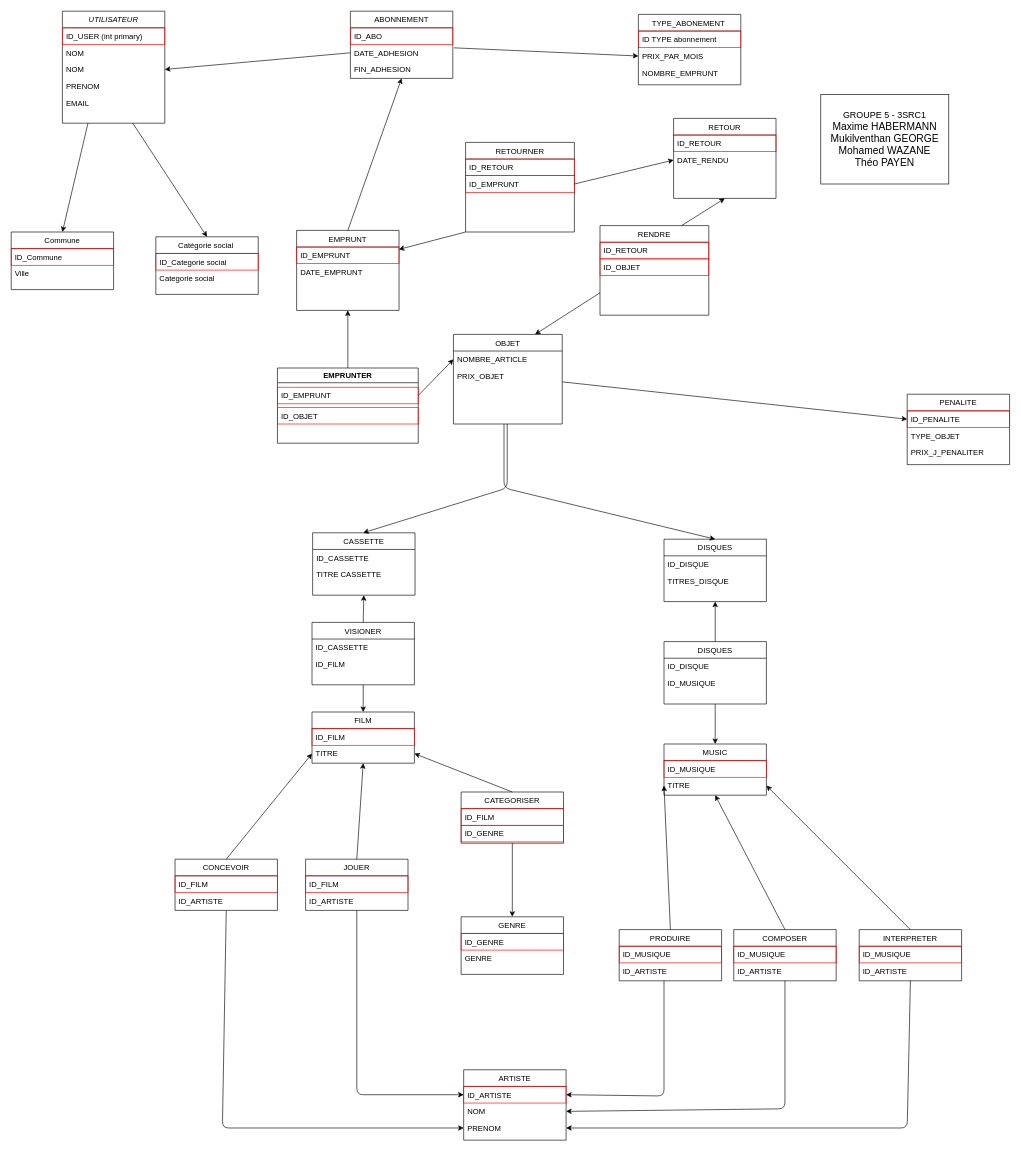
Before: page "MPD VERSION FINALE" (4 of 4) of Proje BDD-2-2.drawio in GMukilventhan/Projet-BDD-SRC-21-22, a draw.io diagram. Source tidied: cells renumbered, new cells numbered last; positions are measured from the earlier drawing's top-left corner, leaving out a move shared by most shapes. Both pictures are drawn from the tidied source at 64%, with x=0, y=0 at pixel (11, 11).
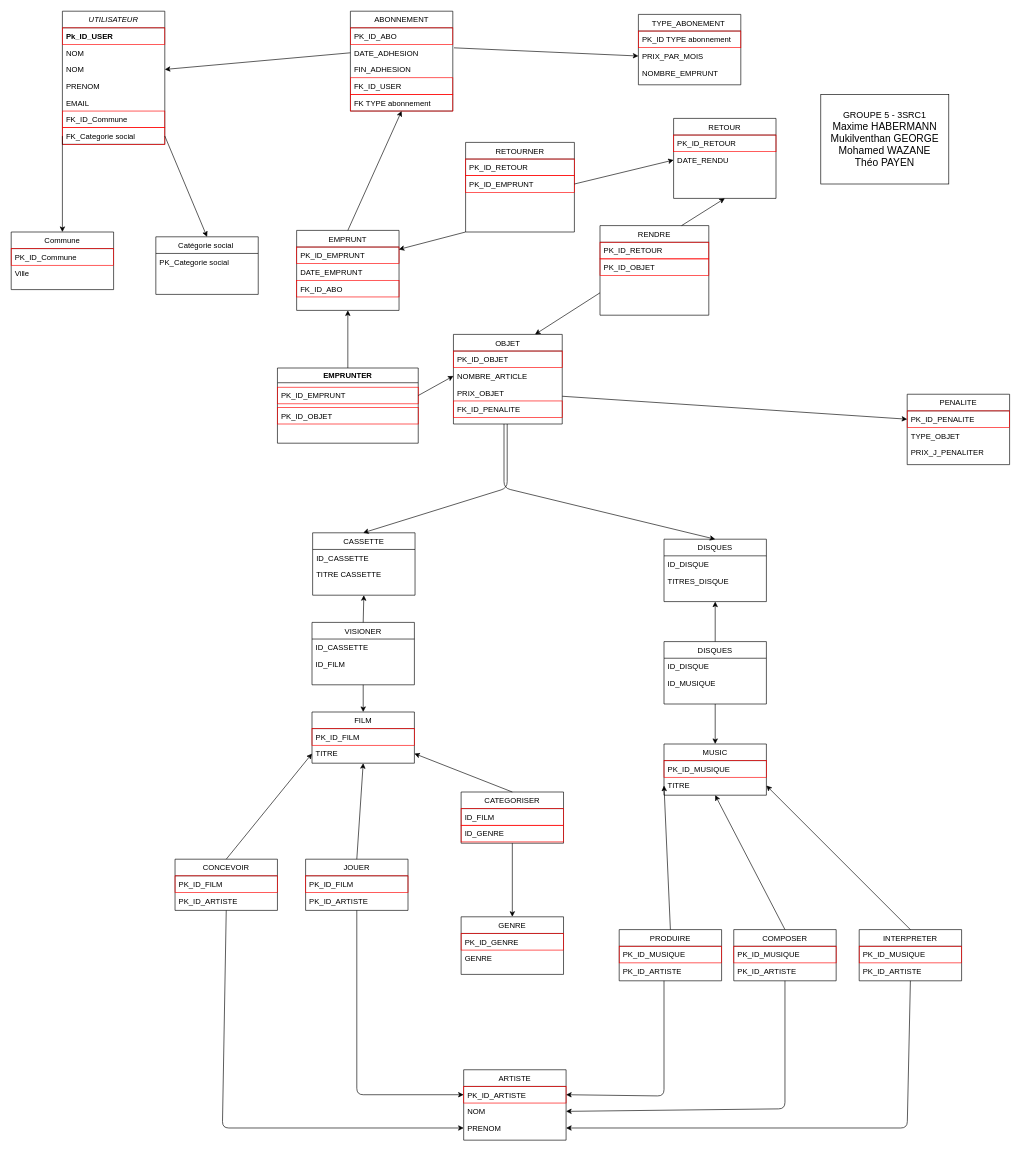
The same diagram, later.

Commit message:
with Primary & foreign key

Unchanged cells that the change refers to:
```xml
<mxCell id="12" value="OBJET" style="swimlane;fontStyle=0;align=center;verticalAlign=top;horizontal=1;startSize=26;rounded=0;shadow=0;strokeWidth=1;" parent="1" vertex="1">
  <mxGeometry x="691" y="505" width="170" height="140" as="geometry" />
</mxCell>
<mxCell id="15" value="FILM" style="swimlane;fontStyle=0;align=center;verticalAlign=top;horizontal=1;startSize=26;rounded=0;shadow=0;strokeWidth=1;" parent="1" vertex="1">
  <mxGeometry x="470" y="1095" width="160" height="80" as="geometry" />
</mxCell>
<mxCell id="18" value="MUSIC" style="swimlane;fontStyle=0;align=center;verticalAlign=top;horizontal=1;startSize=26;rounded=0;shadow=0;strokeWidth=1;" parent="1" vertex="1">
  <mxGeometry x="1020" y="1145" width="160" height="80" as="geometry" />
</mxCell>
<mxCell id="21" value="Commune" style="swimlane;fontStyle=0;align=center;verticalAlign=top;horizontal=1;startSize=26;rounded=0;shadow=0;strokeWidth=1;" parent="1" vertex="1">
  <mxGeometry y="345" width="160" height="90" as="geometry" />
</mxCell>
<mxCell id="24" value="TYPE_ABONEMENT " style="swimlane;fontStyle=0;align=center;verticalAlign=top;horizontal=1;startSize=26;rounded=0;shadow=0;strokeWidth=1;" parent="1" vertex="1">
  <mxGeometry x="980" y="5" width="160" height="110" as="geometry" />
</mxCell>
<mxCell id="28" value="PENALITE" style="swimlane;fontStyle=0;align=center;verticalAlign=top;horizontal=1;startSize=26;rounded=0;shadow=0;strokeWidth=1;" parent="1" vertex="1">
  <mxGeometry x="1400" y="598.5" width="160" height="110" as="geometry" />
</mxCell>
<mxCell id="32" value="Catégorie social " style="swimlane;fontStyle=0;align=center;verticalAlign=top;horizontal=1;startSize=26;rounded=0;shadow=0;strokeWidth=1;" parent="1" vertex="1">
  <mxGeometry x="226" y="352.5" width="160" height="90" as="geometry" />
</mxCell>
<mxCell id="36" value="GENRE" style="swimlane;fontStyle=0;align=center;verticalAlign=top;horizontal=1;startSize=26;rounded=0;shadow=0;strokeWidth=1;" parent="1" vertex="1">
  <mxGeometry x="703" y="1415" width="160" height="90" as="geometry" />
</mxCell>
<mxCell id="45" value="EMPRUNT" style="swimlane;fontStyle=0;align=center;verticalAlign=top;horizontal=1;startSize=26;rounded=0;shadow=0;strokeWidth=1;" parent="1" vertex="1">
  <mxGeometry x="446" y="342.5" width="160" height="125" as="geometry" />
</mxCell>
<mxCell id="48" value="ARTISTE" style="swimlane;fontStyle=0;align=center;verticalAlign=top;horizontal=1;startSize=26;rounded=0;shadow=0;strokeWidth=1;" parent="1" vertex="1">
  <mxGeometry x="707" y="1654" width="160" height="110" as="geometry" />
</mxCell>
<mxCell id="52" value="RETOUR" style="swimlane;fontStyle=0;align=center;verticalAlign=top;horizontal=1;startSize=26;rounded=0;shadow=0;strokeWidth=1;" parent="1" vertex="1">
  <mxGeometry x="1035" y="167.5" width="160" height="125" as="geometry" />
</mxCell>
<mxCell id="60" value="EMPRUNTER" style="swimlane;" parent="1" vertex="1">
  <mxGeometry x="416" y="557.5" width="220" height="117.5" as="geometry" />
</mxCell>
<mxCell id="65" value="RENDRE" style="swimlane;fontStyle=0;align=center;verticalAlign=top;horizontal=1;startSize=26;rounded=0;shadow=0;strokeWidth=1;" parent="1" vertex="1">
  <mxGeometry x="920" y="335" width="170" height="140" as="geometry" />
</mxCell>
<mxCell id="88" value="CONCEVOIR" style="swimlane;fontStyle=0;align=center;verticalAlign=top;horizontal=1;startSize=26;rounded=0;shadow=0;strokeWidth=1;" parent="1" vertex="1">
  <mxGeometry x="256" y="1325" width="160" height="80" as="geometry" />
</mxCell>
<mxCell id="91" value="JOUER" style="swimlane;fontStyle=0;align=center;verticalAlign=top;horizontal=1;startSize=26;rounded=0;shadow=0;strokeWidth=1;" parent="1" vertex="1">
  <mxGeometry x="460" y="1325" width="160" height="80" as="geometry" />
</mxCell>
<mxCell id="98" value="RETOURNER" style="swimlane;fontStyle=0;align=center;verticalAlign=top;horizontal=1;startSize=26;rounded=0;shadow=0;strokeWidth=1;" parent="1" vertex="1">
  <mxGeometry x="710" y="205" width="170" height="140" as="geometry" />
</mxCell>
<mxCell id="101" value="PRODUIRE" style="swimlane;fontStyle=0;align=center;verticalAlign=top;horizontal=1;startSize=26;rounded=0;shadow=0;strokeWidth=1;" parent="1" vertex="1">
  <mxGeometry x="950" y="1435" width="160" height="80" as="geometry" />
</mxCell>
<mxCell id="104" value="COMPOSER&#10;" style="swimlane;fontStyle=0;align=center;verticalAlign=top;horizontal=1;startSize=26;rounded=0;shadow=0;strokeWidth=1;" parent="1" vertex="1">
  <mxGeometry x="1129" y="1435" width="160" height="80" as="geometry" />
</mxCell>
<mxCell id="107" value="INTERPRETER" style="swimlane;fontStyle=0;align=center;verticalAlign=top;horizontal=1;startSize=26;rounded=0;shadow=0;strokeWidth=1;" parent="1" vertex="1">
  <mxGeometry x="1325" y="1435" width="160" height="80" as="geometry" />
</mxCell>
```

Change to the diagram source:
```diff
@@
     <mxCell id="2" value="UTILISATEUR" style="swimlane;fontStyle=2;align=center;verticalAlign=top;horizontal=1;startSize=26;rounded=0;shadow=0;strokeWidth=1;" parent="1" vertex="1">
-      <mxGeometry x="80" width="160" height="175" as="geometry" />
+      <mxGeometry x="80" width="160" height="208" as="geometry" />
     </mxCell>
-    <mxCell id="3" value="ID_USER (int primary)" style="text;align=left;verticalAlign=top;spacingLeft=4;spacingRight=4;overflow=hidden;rounded=0;shadow=0;html=0;strokeColor=#FF0000;" parent="2" vertex="1">
+    <mxCell id="3" value="Pk_ID_USER " style="text;align=left;verticalAlign=top;spacingLeft=4;spacingRight=4;overflow=hidden;rounded=0;shadow=0;html=0;strokeColor=#FF0000;fontStyle=1;" parent="2" vertex="1">
       <mxGeometry y="26" width="160" height="26" as="geometry" />
     </mxCell>
@@
+    <mxCell id="118" value="FK_ID_Commune" style="text;align=left;verticalAlign=top;spacingLeft=4;spacingRight=4;overflow=hidden;strokeColor=#FF0000;" parent="2" vertex="1">
+      <mxGeometry y="156" width="160" height="26" as="geometry" />
+    </mxCell>
+    <mxCell id="33" value="FK_Categorie social" style="text;align=left;verticalAlign=top;spacingLeft=4;spacingRight=4;overflow=hidden;points=[[0,0.5],[1,0.5]];portConstraint=eastwest;strokeColor=#FF0000;" parent="2" vertex="1">
+      <mxGeometry y="182" width="160" height="26" as="geometry" />
+    </mxCell>
     <mxCell id="8" value="ABONNEMENT" style="swimlane;fontStyle=0;align=center;verticalAlign=top;horizontal=1;startSize=26;rounded=0;shadow=0;strokeWidth=1;" parent="1" vertex="1">
-      <mxGeometry x="530" width="160" height="105" as="geometry" />
+      <mxGeometry x="530" width="160" height="156" as="geometry" />
     </mxCell>
-    <mxCell id="9" value="ID_ABO" style="text;align=left;verticalAlign=top;spacingLeft=4;spacingRight=4;overflow=hidden;rounded=0;shadow=0;html=0;strokeColor=#FF0000;" parent="8" vertex="1">
+    <mxCell id="9" value="PK_ID_ABO" style="text;align=left;verticalAlign=top;spacingLeft=4;spacingRight=4;overflow=hidden;rounded=0;shadow=0;html=0;strokeColor=#FF0000;" parent="8" vertex="1">
       <mxGeometry y="26" width="160" height="26" as="geometry" />
     </mxCell>
@@
+    <mxCell id="119" value="FK_ID_USER " style="text;align=left;verticalAlign=top;spacingLeft=4;spacingRight=4;overflow=hidden;rounded=0;shadow=0;html=0;strokeColor=#FF0000;" parent="8" vertex="1">
+      <mxGeometry y="104" width="160" height="26" as="geometry" />
+    </mxCell>
+    <mxCell id="120" value="FK TYPE abonnement" style="text;align=left;verticalAlign=top;spacingLeft=4;spacingRight=4;overflow=hidden;strokeColor=#FF0000;" parent="8" vertex="1">
+      <mxGeometry y="130" width="160" height="26" as="geometry" />
+    </mxCell>
@@
+    <mxCell id="121" value="PK_ID_OBJET" style="text;align=left;verticalAlign=top;spacingLeft=4;spacingRight=4;overflow=hidden;strokeColor=#FF0000;" parent="12" vertex="1">
+      <mxGeometry y="26" width="170" height="26" as="geometry" />
+    </mxCell>
     <mxCell id="13" value="NOMBRE_ARTICLE" style="text;align=left;verticalAlign=top;spacingLeft=4;spacingRight=4;overflow=hidden;points=[[0,0.5],[1,0.5]];portConstraint=eastwest;" parent="12" vertex="1">
-      <mxGeometry y="26" width="170" height="26" as="geometry" />
+      <mxGeometry y="52" width="170" height="26" as="geometry" />
     </mxCell>
     <mxCell id="14" value="PRIX_OBJET" style="text;align=left;verticalAlign=top;spacingLeft=4;spacingRight=4;overflow=hidden;points=[[0,0.5],[1,0.5]];portConstraint=eastwest;" parent="12" vertex="1">
-      <mxGeometry y="52" width="170" height="26" as="geometry" />
+      <mxGeometry y="78" width="170" height="26" as="geometry" />
     </mxCell>
+    <mxCell id="122" value="FK_ID_PENALITE" style="text;align=left;verticalAlign=top;spacingLeft=4;spacingRight=4;overflow=hidden;strokeColor=#FF0000;" parent="12" vertex="1">
+      <mxGeometry y="104" width="170" height="26" as="geometry" />
+    </mxCell>
@@
-    <mxCell id="16" value="ID_FILM" style="text;align=left;verticalAlign=top;spacingLeft=4;spacingRight=4;overflow=hidden;strokeColor=#FF0000;" parent="15" vertex="1">
+    <mxCell id="16" value="PK_ID_FILM" style="text;align=left;verticalAlign=top;spacingLeft=4;spacingRight=4;overflow=hidden;strokeColor=#FF0000;" parent="15" vertex="1">
       <mxGeometry y="26" width="160" height="26" as="geometry" />
     </mxCell>
@@
-    <mxCell id="19" value="ID_MUSIQUE" style="text;align=left;verticalAlign=top;spacingLeft=4;spacingRight=4;overflow=hidden;strokeColor=#FF0000;" parent="18" vertex="1">
+    <mxCell id="19" value="PK_ID_MUSIQUE" style="text;align=left;verticalAlign=top;spacingLeft=4;spacingRight=4;overflow=hidden;strokeColor=#FF0000;" parent="18" vertex="1">
       <mxGeometry y="26" width="160" height="26" as="geometry" />
     </mxCell>
@@
-    <mxCell id="22" value="ID_Commune" style="text;align=left;verticalAlign=top;spacingLeft=4;spacingRight=4;overflow=hidden;strokeColor=#FF0000;" parent="21" vertex="1">
+    <mxCell id="22" value="PK_ID_Commune" style="text;align=left;verticalAlign=top;spacingLeft=4;spacingRight=4;overflow=hidden;strokeColor=#FF0000;" parent="21" vertex="1">
       <mxGeometry y="26" width="160" height="26" as="geometry" />
     </mxCell>
@@
-    <mxCell id="25" value="ID TYPE abonnement" style="text;align=left;verticalAlign=top;spacingLeft=4;spacingRight=4;overflow=hidden;strokeColor=#FF0000;" parent="24" vertex="1">
+    <mxCell id="25" value="PK_ID TYPE abonnement" style="text;align=left;verticalAlign=top;spacingLeft=4;spacingRight=4;overflow=hidden;strokeColor=#FF0000;" parent="24" vertex="1">
       <mxGeometry y="26" width="160" height="26" as="geometry" />
     </mxCell>
@@
-    <mxCell id="29" value="ID_PENALITE" style="text;align=left;verticalAlign=top;spacingLeft=4;spacingRight=4;overflow=hidden;points=[[0,0.5],[1,0.5]];portConstraint=eastwest;strokeColor=#FF0000;" parent="28" vertex="1">
+    <mxCell id="29" value="PK_ID_PENALITE" style="text;align=left;verticalAlign=top;spacingLeft=4;spacingRight=4;overflow=hidden;points=[[0,0.5],[1,0.5]];portConstraint=eastwest;strokeColor=#FF0000;" parent="28" vertex="1">
       <mxGeometry y="26" width="160" height="26" as="geometry" />
     </mxCell>
@@
-    <mxCell id="33" value="ID_Categorie social" style="text;align=left;verticalAlign=top;spacingLeft=4;spacingRight=4;overflow=hidden;points=[[0,0.5],[1,0.5]];portConstraint=eastwest;strokeColor=#FF0000;" parent="32" vertex="1">
-      <mxGeometry y="26" width="160" height="26" as="geometry" />
-    </mxCell>
-    <mxCell id="34" value="Categorie social" style="text;align=left;verticalAlign=top;spacingLeft=4;spacingRight=4;overflow=hidden;strokeColor=none;" parent="32" vertex="1">
-      <mxGeometry y="52" width="160" height="26" as="geometry" />
+    <mxCell id="34" value="PK_Categorie social" style="text;align=left;verticalAlign=top;spacingLeft=4;spacingRight=4;overflow=hidden;strokeColor=none;" parent="32" vertex="1">
+      <mxGeometry y="26" width="160" height="26" as="geometry" />
     </mxCell>
@@
-    <mxCell id="37" value="ID_GENRE" style="text;align=left;verticalAlign=top;spacingLeft=4;spacingRight=4;overflow=hidden;strokeColor=#FF0000;" parent="36" vertex="1">
+    <mxCell id="37" value="PK_ID_GENRE" style="text;align=left;verticalAlign=top;spacingLeft=4;spacingRight=4;overflow=hidden;strokeColor=#FF0000;" parent="36" vertex="1">
       <mxGeometry y="26" width="160" height="26" as="geometry" />
     </mxCell>
@@
-    <mxCell id="46" value="ID_EMPRUNT" style="text;align=left;verticalAlign=top;spacingLeft=4;spacingRight=4;overflow=hidden;points=[[0,0.5],[1,0.5]];portConstraint=eastwest;strokeColor=#FF0000;" parent="45" vertex="1">
+    <mxCell id="46" value="PK_ID_EMPRUNT" style="text;align=left;verticalAlign=top;spacingLeft=4;spacingRight=4;overflow=hidden;points=[[0,0.5],[1,0.5]];portConstraint=eastwest;strokeColor=#FF0000;" parent="45" vertex="1">
       <mxGeometry y="26" width="160" height="26" as="geometry" />
     </mxCell>
@@
+    <mxCell id="123" value="FK_ID_ABO" style="text;align=left;verticalAlign=top;spacingLeft=4;spacingRight=4;overflow=hidden;rounded=0;shadow=0;html=0;strokeColor=#FF0000;" parent="45" vertex="1">
+      <mxGeometry y="78" width="160" height="26" as="geometry" />
+    </mxCell>
@@
-    <mxCell id="49" value="ID_ARTISTE" style="text;align=left;verticalAlign=top;spacingLeft=4;spacingRight=4;overflow=hidden;points=[[0,0.5],[1,0.5]];portConstraint=eastwest;strokeColor=#FF0000;" parent="48" vertex="1">
+    <mxCell id="49" value="PK_ID_ARTISTE" style="text;align=left;verticalAlign=top;spacingLeft=4;spacingRight=4;overflow=hidden;points=[[0,0.5],[1,0.5]];portConstraint=eastwest;strokeColor=#FF0000;" parent="48" vertex="1">
       <mxGeometry y="26" width="160" height="26" as="geometry" />
     </mxCell>
@@
-    <mxCell id="53" value="ID_RETOUR" style="text;align=left;verticalAlign=top;spacingLeft=4;spacingRight=4;overflow=hidden;strokeColor=#FF0000;" parent="52" vertex="1">
+    <mxCell id="53" value="PK_ID_RETOUR" style="text;align=left;verticalAlign=top;spacingLeft=4;spacingRight=4;overflow=hidden;strokeColor=#FF0000;" parent="52" vertex="1">
       <mxGeometry y="26" width="160" height="26" as="geometry" />
     </mxCell>
@@
-    <mxCell id="55" style="endArrow=classic;html=1;exitX=0.25;exitY=1;exitDx=0;exitDy=0;entryX=0.5;entryY=0;entryDx=0;entryDy=0;" parent="1" edge="1" source="2" target="21">
+    <mxCell id="55" style="endArrow=classic;html=1;exitX=0;exitY=0.5;exitDx=0;exitDy=0;entryX=0.5;entryY=0;entryDx=0;entryDy=0;" parent="1" edge="1" source="33" target="21">
       <mxGeometry relative="1" as="geometry" />
     </mxCell>
-    <mxCell id="56" style="endArrow=classic;html=1;entryX=0.5;entryY=0;entryDx=0;entryDy=0;" parent="1" edge="1" target="32">
-      <mxGeometry relative="1" as="geometry">
-        <mxPoint x="190" y="175" as="sourcePoint" />
-      </mxGeometry>
+    <mxCell id="56" style="endArrow=classic;html=1;entryX=0.5;entryY=0;entryDx=0;entryDy=0;exitX=1;exitY=0.5;exitDx=0;exitDy=0;" parent="1" edge="1" source="33" target="32">
+      <mxGeometry relative="1" as="geometry" />
     </mxCell>
@@
-    <mxCell id="61" value="ID_OBJET" style="text;align=left;verticalAlign=top;spacingLeft=4;spacingRight=4;overflow=hidden;strokeColor=#FF0000;" parent="60" vertex="1">
+    <mxCell id="61" value="PK_ID_OBJET" style="text;align=left;verticalAlign=top;spacingLeft=4;spacingRight=4;overflow=hidden;strokeColor=#FF0000;" parent="60" vertex="1">
       <mxGeometry y="61.5" width="220" height="26" as="geometry" />
     </mxCell>
-    <mxCell id="62" value="ID_EMPRUNT" style="text;align=left;verticalAlign=top;spacingLeft=4;spacingRight=4;overflow=hidden;points=[[0,0.5],[1,0.5]];portConstraint=eastwest;strokeColor=#FF0000;" parent="60" vertex="1">
+    <mxCell id="62" value="PK_ID_EMPRUNT" style="text;align=left;verticalAlign=top;spacingLeft=4;spacingRight=4;overflow=hidden;points=[[0,0.5],[1,0.5]];portConstraint=eastwest;strokeColor=#FF0000;" parent="60" vertex="1">
       <mxGeometry y="30" width="220" height="26" as="geometry" />
     </mxCell>
@@
-    <mxCell id="66" value="ID_RETOUR" style="text;align=left;verticalAlign=top;spacingLeft=4;spacingRight=4;overflow=hidden;strokeColor=#FF0000;" parent="65" vertex="1">
+    <mxCell id="66" value="PK_ID_RETOUR" style="text;align=left;verticalAlign=top;spacingLeft=4;spacingRight=4;overflow=hidden;strokeColor=#FF0000;" parent="65" vertex="1">
       <mxGeometry y="26" width="170" height="26" as="geometry" />
     </mxCell>
-    <mxCell id="67" value="ID_OBJET" style="text;align=left;verticalAlign=top;spacingLeft=4;spacingRight=4;overflow=hidden;strokeColor=#FF0000;" parent="65" vertex="1">
+    <mxCell id="67" value="PK_ID_OBJET" style="text;align=left;verticalAlign=top;spacingLeft=4;spacingRight=4;overflow=hidden;strokeColor=#FF0000;" parent="65" vertex="1">
       <mxGeometry y="52" width="170" height="26" as="geometry" />
     </mxCell>
@@
-    <mxCell id="89" value="ID_FILM" style="text;align=left;verticalAlign=top;spacingLeft=4;spacingRight=4;overflow=hidden;strokeColor=#FF0000;" parent="88" vertex="1">
+    <mxCell id="89" value="PK_ID_FILM" style="text;align=left;verticalAlign=top;spacingLeft=4;spacingRight=4;overflow=hidden;strokeColor=#FF0000;" parent="88" vertex="1">
       <mxGeometry y="26" width="160" height="26" as="geometry" />
     </mxCell>
-    <mxCell id="90" value="ID_ARTISTE" style="text;align=left;verticalAlign=top;spacingLeft=4;spacingRight=4;overflow=hidden;" parent="88" vertex="1">
+    <mxCell id="90" value="PK_ID_ARTISTE" style="text;align=left;verticalAlign=top;spacingLeft=4;spacingRight=4;overflow=hidden;" parent="88" vertex="1">
       <mxGeometry y="52" width="160" height="26" as="geometry" />
     </mxCell>
@@
-    <mxCell id="92" value="ID_FILM" style="text;align=left;verticalAlign=top;spacingLeft=4;spacingRight=4;overflow=hidden;strokeColor=#FF0000;" parent="91" vertex="1">
+    <mxCell id="92" value="PK_ID_FILM" style="text;align=left;verticalAlign=top;spacingLeft=4;spacingRight=4;overflow=hidden;strokeColor=#FF0000;" parent="91" vertex="1">
       <mxGeometry y="26" width="160" height="26" as="geometry" />
     </mxCell>
-    <mxCell id="93" value="ID_ARTISTE" style="text;align=left;verticalAlign=top;spacingLeft=4;spacingRight=4;overflow=hidden;" parent="91" vertex="1">
+    <mxCell id="93" value="PK_ID_ARTISTE" style="text;align=left;verticalAlign=top;spacingLeft=4;spacingRight=4;overflow=hidden;" parent="91" vertex="1">
       <mxGeometry y="52" width="160" height="26" as="geometry" />
     </mxCell>
@@
-    <mxCell id="99" value="ID_RETOUR" style="text;align=left;verticalAlign=top;spacingLeft=4;spacingRight=4;overflow=hidden;strokeColor=#FF0000;" parent="98" vertex="1">
+    <mxCell id="99" value="PK_ID_RETOUR" style="text;align=left;verticalAlign=top;spacingLeft=4;spacingRight=4;overflow=hidden;strokeColor=#FF0000;" parent="98" vertex="1">
       <mxGeometry y="26" width="170" height="26" as="geometry" />
     </mxCell>
-    <mxCell id="100" value="ID_EMPRUNT" style="text;align=left;verticalAlign=top;spacingLeft=4;spacingRight=4;overflow=hidden;points=[[0,0.5],[1,0.5]];portConstraint=eastwest;strokeColor=#FF0000;" parent="98" vertex="1">
+    <mxCell id="100" value="PK_ID_EMPRUNT" style="text;align=left;verticalAlign=top;spacingLeft=4;spacingRight=4;overflow=hidden;points=[[0,0.5],[1,0.5]];portConstraint=eastwest;strokeColor=#FF0000;" parent="98" vertex="1">
       <mxGeometry y="52" width="170" height="26" as="geometry" />
     </mxCell>
@@
-    <mxCell id="102" value="ID_MUSIQUE" style="text;align=left;verticalAlign=top;spacingLeft=4;spacingRight=4;overflow=hidden;strokeColor=#FF0000;" parent="101" vertex="1">
+    <mxCell id="102" value="PK_ID_MUSIQUE" style="text;align=left;verticalAlign=top;spacingLeft=4;spacingRight=4;overflow=hidden;strokeColor=#FF0000;" parent="101" vertex="1">
       <mxGeometry y="26" width="160" height="26" as="geometry" />
     </mxCell>
-    <mxCell id="103" value="ID_ARTISTE" style="text;align=left;verticalAlign=top;spacingLeft=4;spacingRight=4;overflow=hidden;" parent="101" vertex="1">
+    <mxCell id="103" value="PK_ID_ARTISTE" style="text;align=left;verticalAlign=top;spacingLeft=4;spacingRight=4;overflow=hidden;" parent="101" vertex="1">
       <mxGeometry y="52" width="160" height="26" as="geometry" />
     </mxCell>
@@
-    <mxCell id="105" value="ID_MUSIQUE" style="text;align=left;verticalAlign=top;spacingLeft=4;spacingRight=4;overflow=hidden;strokeColor=#FF0000;" parent="104" vertex="1">
+    <mxCell id="105" value="PK_ID_MUSIQUE" style="text;align=left;verticalAlign=top;spacingLeft=4;spacingRight=4;overflow=hidden;strokeColor=#FF0000;" parent="104" vertex="1">
       <mxGeometry y="26" width="160" height="26" as="geometry" />
     </mxCell>
-    <mxCell id="106" value="ID_ARTISTE" style="text;align=left;verticalAlign=top;spacingLeft=4;spacingRight=4;overflow=hidden;" parent="104" vertex="1">
+    <mxCell id="106" value="PK_ID_ARTISTE" style="text;align=left;verticalAlign=top;spacingLeft=4;spacingRight=4;overflow=hidden;" parent="104" vertex="1">
       <mxGeometry y="52" width="160" height="26" as="geometry" />
     </mxCell>
@@
-    <mxCell id="108" value="ID_MUSIQUE" style="text;align=left;verticalAlign=top;spacingLeft=4;spacingRight=4;overflow=hidden;strokeColor=#FF0000;" parent="107" vertex="1">
+    <mxCell id="108" value="PK_ID_MUSIQUE" style="text;align=left;verticalAlign=top;spacingLeft=4;spacingRight=4;overflow=hidden;strokeColor=#FF0000;" parent="107" vertex="1">
       <mxGeometry y="26" width="160" height="26" as="geometry" />
     </mxCell>
-    <mxCell id="109" value="ID_ARTISTE" style="text;align=left;verticalAlign=top;spacingLeft=4;spacingRight=4;overflow=hidden;" parent="107" vertex="1">
+    <mxCell id="109" value="PK_ID_ARTISTE" style="text;align=left;verticalAlign=top;spacingLeft=4;spacingRight=4;overflow=hidden;" parent="107" vertex="1">
       <mxGeometry y="52" width="160" height="26" as="geometry" />
     </mxCell>
```
